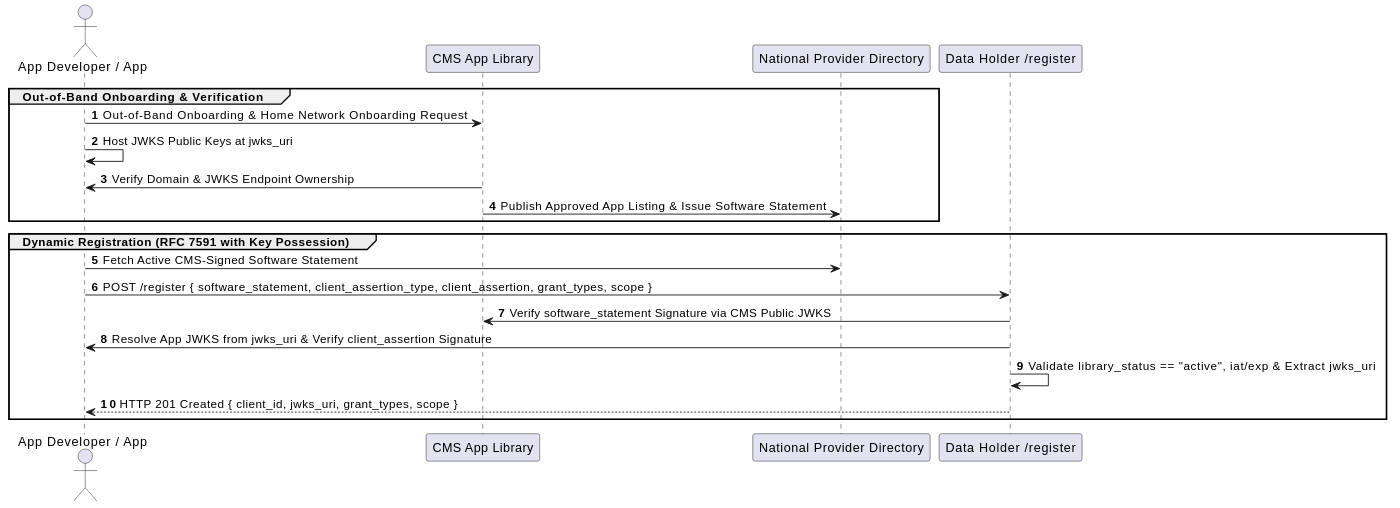
Above: input/images/registration.svg in alex-dzeda/can-ig (PlantUML), before the change. Its diagram source:
```plantuml
@startuml
scale max 1000 width
autonumber
actor "App Developer / App" as App
participant "CMS App Library" as CMS
participant "National Provider Directory" as Directory
participant "Data Holder /register" as DH

group Out-of-Band Onboarding & Verification
App -> CMS: Out-of-Band Onboarding & Home Network Onboarding Request
App -> App: Host JWKS Public Keys at jwks_uri
CMS -> App: Verify Domain & JWKS Endpoint Ownership
CMS -> Directory: Publish Approved App Listing & Issue Software Statement
end

group Dynamic Registration (RFC 7591 with Key Possession)
App -> Directory: Fetch Active CMS-Signed Software Statement
App -> DH: POST /register { software_statement, client_assertion_type, client_assertion, grant_types, scope }
DH -> CMS: Verify software_statement Signature via CMS Public JWKS
DH -> App: Resolve App JWKS from jwks_uri & Verify client_assertion Signature
DH -> DH: Validate library_status == "active", iat/exp & Extract jwks_uri
DH --> App: HTTP 201 Created { client_id, jwks_uri, grant_types, scope }
end
@enduml
```
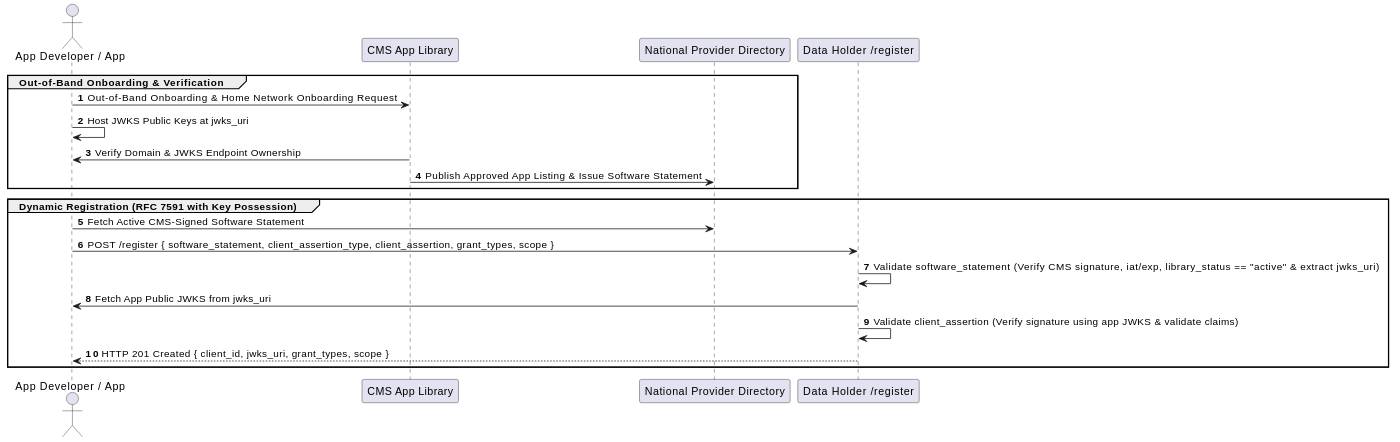
The same file after the commit.

The edit, as a diff of the source:
```diff
@@ -16,9 +16,9 @@
 group Dynamic Registration (RFC 7591 with Key Possession)
 App -> Directory: Fetch Active CMS-Signed Software Statement
 App -> DH: POST /register { software_statement, client_assertion_type, client_assertion, grant_types, scope }
-DH -> CMS: Verify software_statement Signature via CMS Public JWKS
-DH -> App: Resolve App JWKS from jwks_uri & Verify client_assertion Signature
-DH -> DH: Validate library_status == "active", iat/exp & Extract jwks_uri
+DH -> DH: Validate software_statement (Verify CMS signature, iat/exp, library_status == "active" & extract jwks_uri)
+DH -> App: Fetch App Public JWKS from jwks_uri
+DH -> DH: Validate client_assertion (Verify signature using app JWKS & validate claims)
 DH --> App: HTTP 201 Created { client_id, jwks_uri, grant_types, scope }
 end
 @enduml
```
